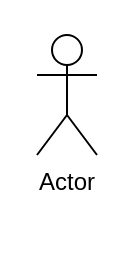
Before: documents/제목 없는 다이어그램.drawio in limchaeseong/fastcampus_lec1_2, a draw.io diagram. Source tidied: cells renumbered, new cells numbered last; positions are measured from the earlier drawing's top-left corner, leaving out a move shared by most shapes. Both pictures are drawn from the tidied source at 200%, with x=0, y=0 at pixel (36, 34).
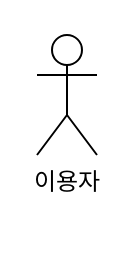
The same page after the edit.

Commit message:
제목 없는 다이어그램.drawio

Change to the diagram source:
```diff
@@
 <mxGraphModel>
   <root>
     <mxCell id="0" />
     <mxCell id="1" parent="0" />
-    <mxCell id="2" value="Actor" style="shape=umlActor;verticalLabelPosition=bottom;verticalAlign=top;html=1;" parent="1" vertex="1">
+    <mxCell id="2" value="이용자&lt;div&gt;&lt;br&gt;&lt;/div&gt;" style="shape=umlActor;verticalLabelPosition=bottom;verticalAlign=top;html=1;" parent="1" vertex="1">
       <mxGeometry width="30" height="60" as="geometry" />
     </mxCell>
   </root>
 </mxGraphModel>
```
